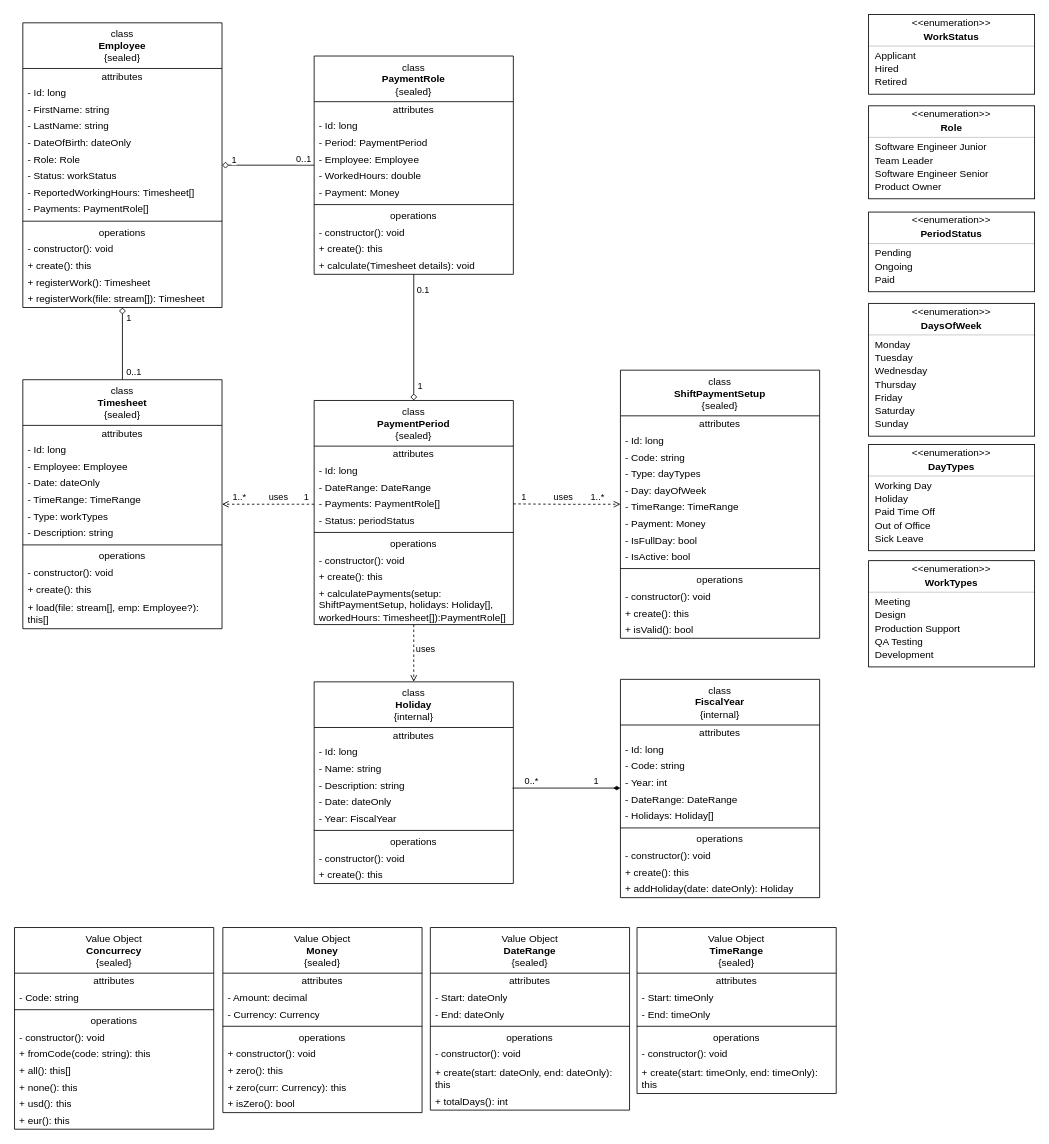
The draw.io diagram docs/diagrams/PaymentRole-app.drawio in rsmacias/PaymentCalculator, before the edit. Source tidied: cells renumbered, new cells numbered last; positions are measured from the earlier drawing's top-left corner, leaving out a move shared by most shapes. Both pictures are drawn from the tidied source at 83%, with x=0, y=0 at pixel (14, 14).
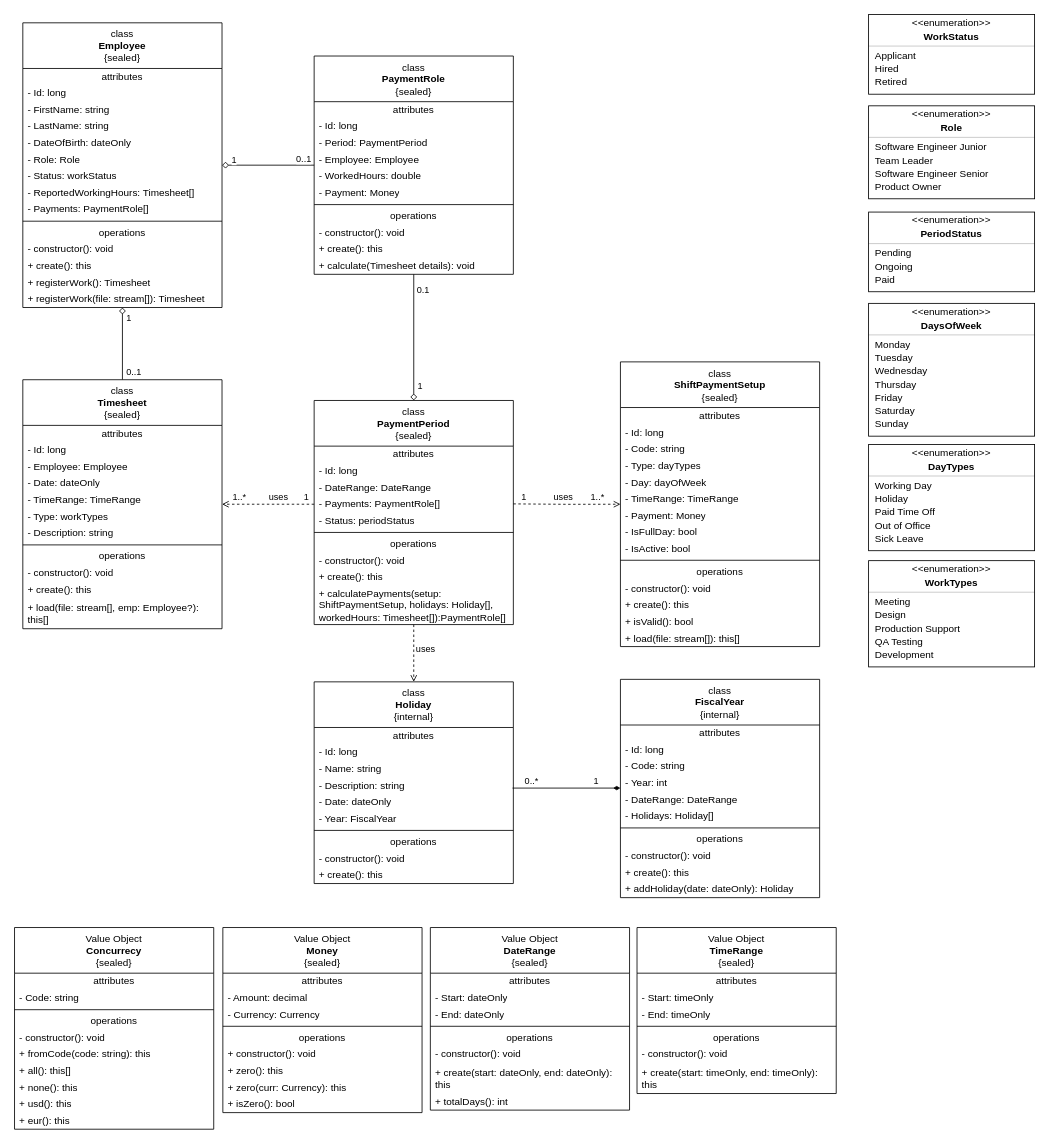
After the change.

Commit message (it also covers changes not shown here):
refactor(diagram): added behavior for loading the payment shift setup from a physical file.

Change to the diagram source:
```diff
@@
     <mxCell id="46" value="class&lt;br&gt;&lt;b&gt;ShiftPaymentSetup&lt;/b&gt;&lt;br&gt;{sealed}" style="swimlane;fontStyle=0;align=center;verticalAlign=top;horizontal=1;startSize=55;html=1;whiteSpace=wrap;" parent="1" vertex="1">
-      <mxGeometry x="730" y="428.5" width="240" height="323" as="geometry" />
+      <mxGeometry x="730" y="418.5" width="240" height="343" as="geometry" />
     </mxCell>
@@
+    <mxCell id="209" value="+ load(file: stream[]): this[]" style="text;html=1;strokeColor=none;fillColor=none;align=left;verticalAlign=middle;spacingLeft=4;spacingRight=4;overflow=hidden;whiteSpace=wrap;" parent="46" vertex="1">
+      <mxGeometry y="323" width="240" height="20" as="geometry" />
+    </mxCell>
```
